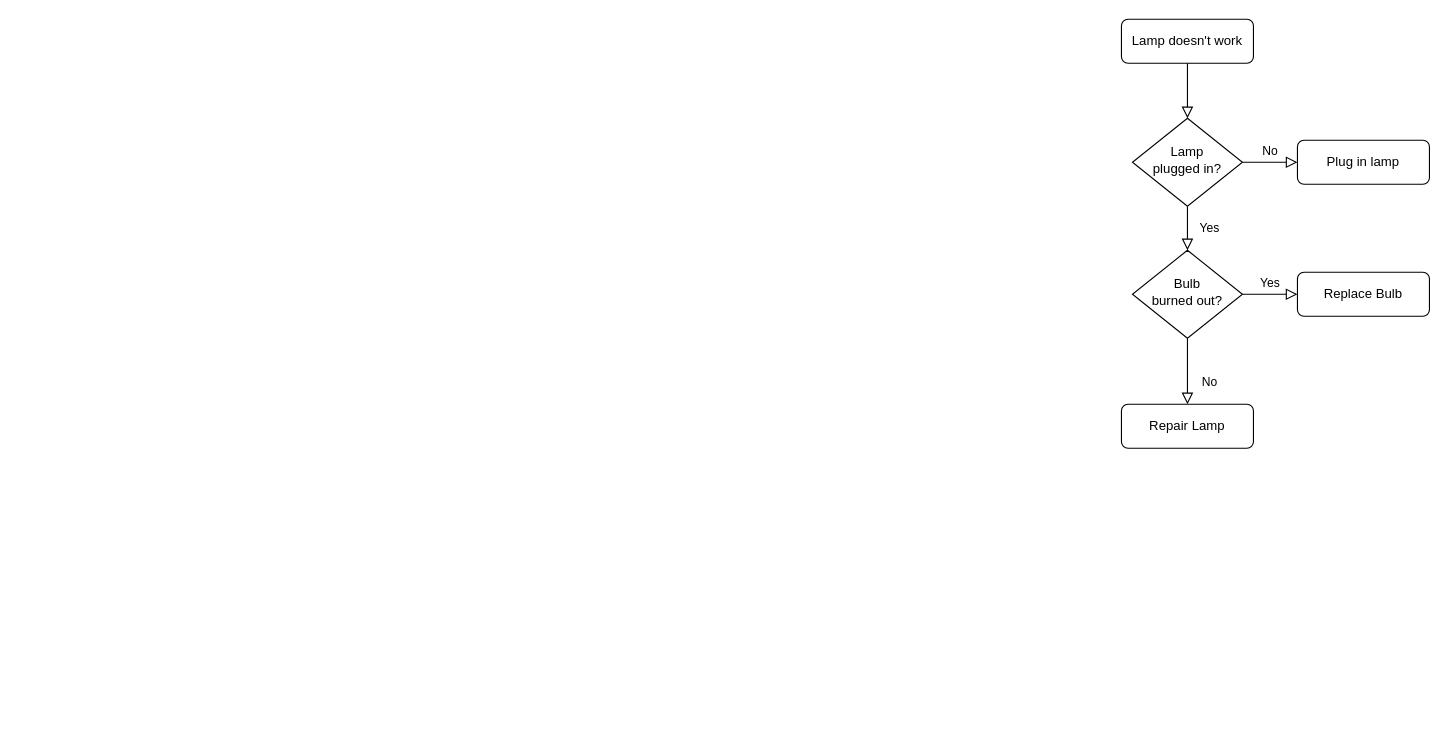
Before: 未命名绘图.drawio in 395727057/git_intro, a draw.io diagram. Source tidied: cells renumbered, new cells numbered last; positions are measured from the earlier drawing's top-left corner, leaving out a move shared by most shapes. Both pictures are drawn from the tidied source at 110%, with x=0, y=0 at pixel (1121, 19). Pictures stored in the file or linked from it are replaced by grey dashed boxes.
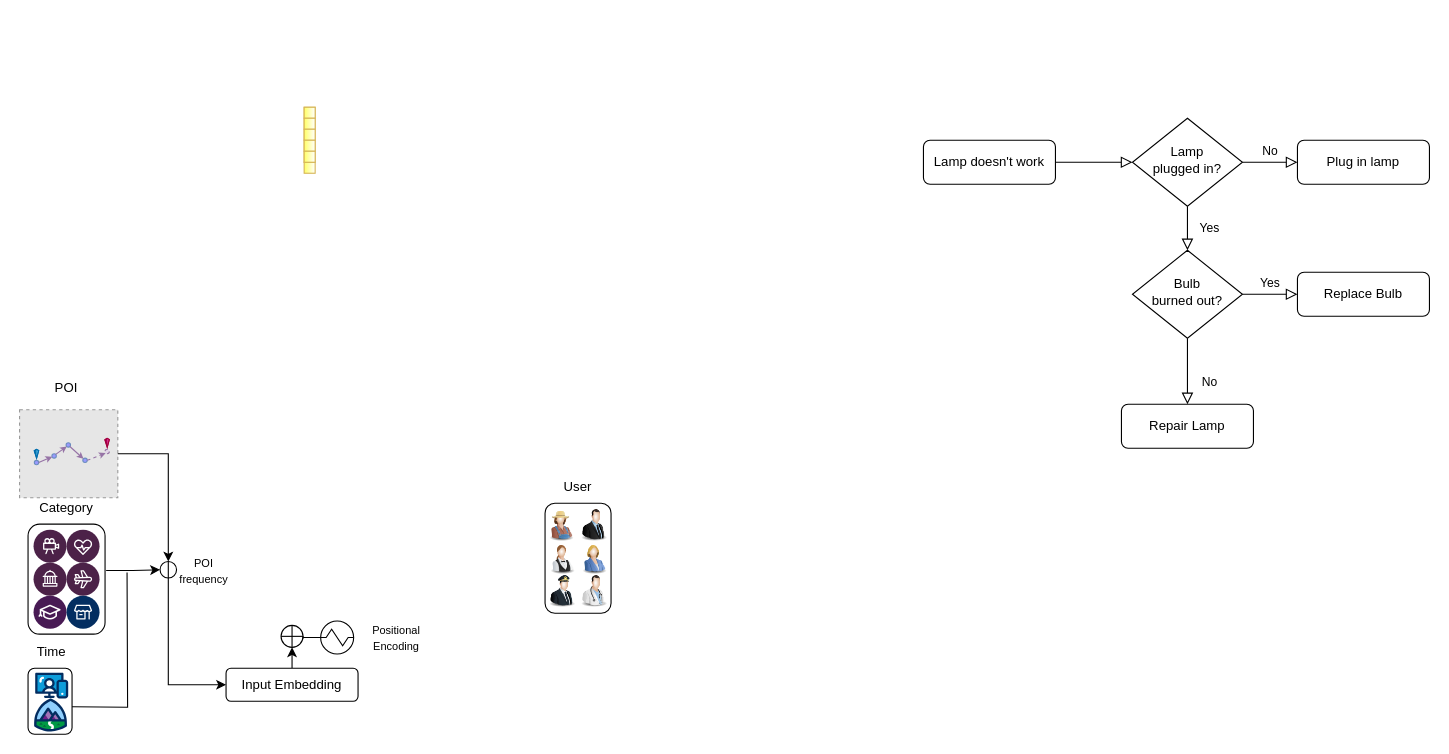
The same diagram, later.

Diff of the diagram source:
```diff
@@
-<mxGraphModel>
+<mxGraphModel background="#FFFFFF">
@@
     <mxCell id="3" value="Lamp doesn't work" style="rounded=1;whiteSpace=wrap;html=1;fontSize=12;glass=0;strokeWidth=1;shadow=0;" parent="1" vertex="1">
-      <mxGeometry width="120" height="40" as="geometry" />
+      <mxGeometry x="-180" y="110" width="120" height="40" as="geometry" />
     </mxCell>
@@
+    <mxCell id="13" style="group;" parent="1" vertex="1">
+      <mxGeometry x="-743" y="80" width="10" height="60" as="geometry" />
+    </mxCell>
+    <mxCell id="14" style="whiteSpace=wrap;html=1;fillColor=#FFFF66;strokeColor=#d6b656;gradientColor=#FFFFFF;gradientDirection=east;" parent="13" vertex="1">
+      <mxGeometry y="50" width="10" height="10" as="geometry" />
+    </mxCell>
+    <mxCell id="15" style="group;fillColor=#FFFF66;strokeColor=#d6b656;gradientColor=#FFFFFF;gradientDirection=east;" parent="13" vertex="1">
+      <mxGeometry width="10" height="50" as="geometry" />
+    </mxCell>
+    <mxCell id="16" style="whiteSpace=wrap;html=1;fillColor=#FFFF66;strokeColor=#d6b656;gradientColor=#FFFFFF;gradientDirection=east;" parent="15" vertex="1">
+      <mxGeometry width="10" height="10" as="geometry" />
+    </mxCell>
+    <mxCell id="17" style="whiteSpace=wrap;html=1;fillColor=#FFFF66;strokeColor=#d6b656;gradientColor=#FFFFFF;gradientDirection=east;" parent="15" vertex="1">
+      <mxGeometry y="10" width="10" height="10" as="geometry" />
+    </mxCell>
+    <mxCell id="18" style="whiteSpace=wrap;html=1;fillColor=#FFFF66;strokeColor=#d6b656;gradientColor=#FFFFFF;gradientDirection=east;" parent="15" vertex="1">
+      <mxGeometry y="20" width="10" height="10" as="geometry" />
+    </mxCell>
+    <mxCell id="19" style="whiteSpace=wrap;html=1;fillColor=#FFFF66;strokeColor=#d6b656;gradientColor=#FFFFFF;gradientDirection=east;" parent="15" vertex="1">
+      <mxGeometry y="30" width="10" height="10" as="geometry" />
+    </mxCell>
+    <mxCell id="20" style="whiteSpace=wrap;html=1;fillColor=#FFFF66;strokeColor=#d6b656;gradientColor=#FFFFFF;gradientDirection=east;" parent="15" vertex="1">
+      <mxGeometry y="40" width="10" height="10" as="geometry" />
+    </mxCell>
+    <mxCell id="21" style="group;" parent="1" vertex="1">
+      <mxGeometry x="-994" y="429" width="70" height="130" as="geometry" />
+    </mxCell>
+    <mxCell id="22" style="rounded=1;whiteSpace=wrap;html=1;fillColor=none;" parent="21" vertex="1">
+      <mxGeometry y="30" width="70" height="100" as="geometry" />
+    </mxCell>
+    <mxCell id="23" style="verticalLabelPosition=bottom;html=1;shape=mxgraph.salesforce.health2;" parent="21" vertex="1">
+      <mxGeometry x="35" y="35" width="30" height="30" as="geometry" />
+    </mxCell>
+    <mxCell id="24" style="verticalLabelPosition=bottom;html=1;shape=mxgraph.salesforce.transportation_and_technology2;" parent="21" vertex="1">
+      <mxGeometry x="35" y="65" width="30" height="30" as="geometry" />
+    </mxCell>
+    <mxCell id="25" style="verticalLabelPosition=bottom;html=1;shape=mxgraph.salesforce.government2;" parent="21" vertex="1">
+      <mxGeometry x="5" y="65" width="30" height="30" as="geometry" />
+    </mxCell>
+    <mxCell id="26" style="verticalLabelPosition=bottom;html=1;shape=mxgraph.salesforce.education2;" parent="21" vertex="1">
+      <mxGeometry x="5" y="95" width="30" height="30" as="geometry" />
+    </mxCell>
+    <mxCell id="27" style="verticalLabelPosition=bottom;html=1;shape=mxgraph.salesforce.smb2;" parent="21" vertex="1">
+      <mxGeometry x="35" y="95" width="30" height="30" as="geometry" />
+    </mxCell>
+    <mxCell id="28" value="Category" style="text;html=1;strokeColor=none;fillColor=none;align=center;verticalAlign=middle;whiteSpace=wrap;rounded=0;" parent="21" vertex="1">
+      <mxGeometry x="5" width="60" height="30" as="geometry" />
+    </mxCell>
+    <mxCell id="29" style="verticalLabelPosition=bottom;html=1;shape=mxgraph.salesforce.media2;" parent="21" vertex="1">
+      <mxGeometry x="5" y="35" width="30" height="30" as="geometry" />
+    </mxCell>
+    <mxCell id="30" style="group;" parent="1" vertex="1">
+      <mxGeometry x="-524" y="410" width="60" height="130" as="geometry" />
+    </mxCell>
+    <mxCell id="31" style="image;html=1;image=img/lib/clip_art/people/Suit_Woman_Blue_128x128.png;" parent="30" vertex="1">
+      <mxGeometry x="30" y="65" width="30" height="30" as="geometry" />
+    </mxCell>
+    <mxCell id="32" style="image;html=1;image=img/lib/clip_art/people/Suit_Man_128x128.png;" parent="30" vertex="1">
+      <mxGeometry x="30" y="35" width="30" height="30" as="geometry" />
+    </mxCell>
+    <mxCell id="33" style="image;html=1;image=img/lib/clip_art/people/Doctor_Man_128x128.png;" parent="30" vertex="1">
+      <mxGeometry x="30" y="95" width="30" height="30" as="geometry" />
+    </mxCell>
+    <mxCell id="34" style="image;html=1;image=img/lib/clip_art/people/Pilot_Man_128x128.png;" parent="30" vertex="1">
+      <mxGeometry x="1" y="95" width="30" height="30" as="geometry" />
+    </mxCell>
+    <mxCell id="35" style="image;html=1;image=img/lib/clip_art/people/Waiter_Woman_128x128.png;" parent="30" vertex="1">
+      <mxGeometry x="1" y="65" width="30" height="30" as="geometry" />
+    </mxCell>
+    <mxCell id="36" style="image;html=1;image=img/lib/clip_art/people/Farmer_Woman_128x128.png;" parent="30" vertex="1">
+      <mxGeometry y="35" width="30" height="30" as="geometry" />
+    </mxCell>
+    <mxCell id="37" style="rounded=1;whiteSpace=wrap;html=1;fillColor=none;" parent="30" vertex="1">
+      <mxGeometry y="30" width="60" height="100" as="geometry" />
+    </mxCell>
+    <mxCell id="38" value="User" style="text;html=1;strokeColor=none;fillColor=none;align=center;verticalAlign=middle;whiteSpace=wrap;rounded=0;" parent="30" vertex="1">
+      <mxGeometry width="60" height="30" as="geometry" />
+    </mxCell>
+    <mxCell id="39" style="group;" parent="1" vertex="1">
+      <mxGeometry x="-994" y="560" width="40" height="90" as="geometry" />
+    </mxCell>
+    <mxCell id="40" style="group;" parent="39" vertex="1">
+      <mxGeometry width="40" height="90" as="geometry" />
+    </mxCell>
+    <mxCell id="41" style="verticalLabelPosition=bottom;html=1;shape=mxgraph.salesforce.web;" parent="40" vertex="1">
+      <mxGeometry x="6.5" y="33.9" width="30" height="23.7" as="geometry" />
+    </mxCell>
+    <mxCell id="42" style="verticalLabelPosition=bottom;html=1;shape=mxgraph.salesforce.learning;" parent="40" vertex="1">
+      <mxGeometry x="5.5" y="57.5" width="30" height="30" as="geometry" />
+    </mxCell>
+    <mxCell id="43" style="rounded=1;whiteSpace=wrap;html=1;fillColor=none;" parent="40" vertex="1">
+      <mxGeometry y="30" width="40" height="60" as="geometry" />
+    </mxCell>
+    <mxCell id="44" value="Time" style="text;html=1;strokeColor=none;fillColor=none;align=center;verticalAlign=middle;whiteSpace=wrap;rounded=0;" parent="39" vertex="1">
+      <mxGeometry x="4.5" width="33" height="30" as="geometry" />
+    </mxCell>
+    <mxCell id="45" style="edgeStyle=orthogonalEdgeStyle;rounded=0;jettySize=auto;html=1;exitX=0.5;exitY=0;exitDx=0;exitDy=0;entryX=0.5;entryY=1;entryDx=0;entryDy=0;" parent="1" edge="1" source="46" target="66">
+      <mxGeometry relative="1" as="geometry">
+        <Array as="points">
+          <mxPoint x="-754" y="570" />
+        </Array>
+      </mxGeometry>
+    </mxCell>
+    <mxCell id="46" value="Input Embedding" style="rounded=1;whiteSpace=wrap;html=1;" parent="1" vertex="1">
+      <mxGeometry x="-814" y="590" width="120" height="30" as="geometry" />
+    </mxCell>
+    <mxCell id="47" style="group;" parent="1" vertex="1">
+      <mxGeometry x="-1001.7" y="320" width="89.3" height="115" as="geometry" />
+    </mxCell>
+    <mxCell id="48" value="POI" style="text;html=1;strokeColor=none;fillColor=none;align=center;verticalAlign=middle;whiteSpace=wrap;rounded=0;" parent="47" vertex="1">
+      <mxGeometry x="12.7" width="60" height="30" as="geometry" />
+    </mxCell>
+    <mxCell id="49" style="fillColor=#E6E6E6;strokeColor=#999999;dashed=1;verticalLabelPosition=bottom;labelBackgroundColor=default;verticalAlign=top;" parent="47" vertex="1">
+      <mxGeometry y="35" width="89.3" height="80" as="geometry" />
+    </mxCell>
+    <mxCell id="50" style="ellipse;whiteSpace=wrap;html=1;fillColor=#9999FF;strokeColor=#6c8ebf;" parent="47" vertex="1">
+      <mxGeometry x="13.4" y="81" width="4" height="4" as="geometry" />
+    </mxCell>
+    <mxCell id="51" style="ellipse;whiteSpace=wrap;html=1;fillColor=#9999FF;strokeColor=#6c8ebf;" parent="47" vertex="1">
+      <mxGeometry x="29.4" y="75" width="4" height="4" as="geometry" />
+    </mxCell>
+    <mxCell id="52" style="ellipse;whiteSpace=wrap;html=1;fillColor=#9999FF;strokeColor=#6c8ebf;" parent="47" vertex="1">
+      <mxGeometry x="42.3" y="65" width="4" height="4" as="geometry" />
+    </mxCell>
+    <mxCell id="53" style="ellipse;whiteSpace=wrap;html=1;fillColor=#9999FF;strokeColor=#6c8ebf;" parent="47" vertex="1">
+      <mxGeometry x="57.5" y="79" width="4" height="4" as="geometry" />
+    </mxCell>
+    <mxCell id="54" style="ellipse;whiteSpace=wrap;html=1;fillColor=#e1d5e7;strokeColor=#9673a6;dashed=1;" parent="47" vertex="1">
+      <mxGeometry x="77.6" y="71" width="4" height="4" as="geometry" />
+    </mxCell>
+    <mxCell id="55" style="endArrow=classic;html=1;rounded=0;entryX=0.053;entryY=0.7;entryDx=0;entryDy=0;entryPerimeter=0;fillColor=#e1d5e7;strokeColor=#9673a6;strokeWidth=1;endSize=3;startSize=3;" parent="47" edge="1" target="51">
+      <mxGeometry relative="1" as="geometry">
+        <mxPoint x="17.4" y="83" as="sourcePoint" />
+      </mxGeometry>
+    </mxCell>
+    <mxCell id="56" style="endArrow=classic;html=1;rounded=0;entryX=0;entryY=1;entryDx=0;entryDy=0;exitX=1;exitY=0;exitDx=0;exitDy=0;fillColor=#e1d5e7;strokeColor=#9673a6;endSize=3;startSize=3;" parent="47" edge="1" source="51" target="52">
+      <mxGeometry relative="1" as="geometry" />
+    </mxCell>
+    <mxCell id="57" style="endArrow=classic;html=1;rounded=0;entryX=0;entryY=0;entryDx=0;entryDy=0;exitX=1;exitY=1;exitDx=0;exitDy=0;fillColor=#e1d5e7;strokeColor=#9673a6;strokeWidth=1;endSize=3;startSize=3;" parent="47" edge="1" source="52" target="53">
+      <mxGeometry relative="1" as="geometry" />
+    </mxCell>
+    <mxCell id="58" style="endArrow=classic;html=1;rounded=0;entryX=0;entryY=1;entryDx=0;entryDy=0;exitX=1;exitY=0.5;exitDx=0;exitDy=0;dashed=1;fillColor=#e1d5e7;strokeColor=#9673a6;strokeWidth=1;endSize=3;startSize=3;" parent="47" edge="1" source="53" target="54">
+      <mxGeometry relative="1" as="geometry" />
+    </mxCell>
+    <mxCell id="59" style="verticalLabelPosition=bottom;verticalAlign=top;html=1;shape=mxgraph.infographic.shadedPyramid;fillColor=#1ba1e2;strokeColor=#006EAF;shadow=0;rotation=-181;fontColor=#ffffff;" parent="47" vertex="1">
+      <mxGeometry x="13.4" y="71" width="4" height="8" as="geometry" />
+    </mxCell>
+    <mxCell id="60" style="verticalLabelPosition=bottom;verticalAlign=top;html=1;shape=mxgraph.infographic.shadedPyramid;fillColor=#d80073;strokeColor=#A50040;shadow=0;rotation=-181;fontColor=#ffffff;" parent="47" vertex="1">
+      <mxGeometry x="77.6" y="61" width="4" height="8" as="geometry" />
+    </mxCell>
+    <mxCell id="61" style="edgeStyle=orthogonalEdgeStyle;rounded=0;jettySize=auto;html=1;exitX=0.5;exitY=1;exitDx=0;exitDy=0;entryX=0;entryY=0.5;entryDx=0;entryDy=0;" parent="1" edge="1" source="67" target="46">
+      <mxGeometry relative="1" as="geometry">
+        <Array as="points">
+          <mxPoint x="-866" y="605" />
+        </Array>
+      </mxGeometry>
+    </mxCell>
+    <mxCell id="62" style="edgeStyle=orthogonalEdgeStyle;rounded=0;jettySize=auto;html=1;exitX=1.014;exitY=0.422;exitDx=0;exitDy=0;exitPerimeter=0;entryX=0;entryY=0.5;entryDx=0;entryDy=0;" parent="1" edge="1" source="22" target="67">
+      <mxGeometry relative="1" as="geometry" />
+    </mxCell>
+    <mxCell id="63" style="edgeStyle=orthogonalEdgeStyle;rounded=0;orthogonalLoop=1;jettySize=auto;html=1;exitX=1;exitY=0.5;exitDx=0;exitDy=0;endArrow=none;endFill=0;" parent="1" edge="1">
+      <mxGeometry relative="1" as="geometry">
+        <mxPoint x="-954" y="625" as="sourcePoint" />
+        <mxPoint x="-904" y="503" as="targetPoint" />
+      </mxGeometry>
+    </mxCell>
+    <mxCell id="64" style="edgeStyle=orthogonalEdgeStyle;rounded=0;jettySize=auto;html=1;exitX=1;exitY=0.5;exitDx=0;exitDy=0;entryX=0.5;entryY=0;entryDx=0;entryDy=0;" parent="1" edge="1" source="49" target="67">
+      <mxGeometry relative="1" as="geometry" />
+    </mxCell>
+    <mxCell id="65" value="&lt;font style=&quot;font-size: 10px;&quot;&gt;POI frequency&lt;/font&gt;" style="text;html=1;strokeColor=none;fillColor=none;align=center;verticalAlign=middle;whiteSpace=wrap;rounded=0;" parent="1" vertex="1">
+      <mxGeometry x="-859" y="485.5" width="50" height="30" as="geometry" />
+    </mxCell>
+    <mxCell id="66" style="shape=orEllipse;perimeter=ellipsePerimeter;whiteSpace=wrap;html=1;backgroundOutline=1;" parent="1" vertex="1">
+      <mxGeometry x="-764" y="551" width="20" height="20" as="geometry" />
+    </mxCell>
+    <mxCell id="67" style="shape=lineEllipse;line=vertical;perimeter=ellipsePerimeter;whiteSpace=wrap;html=1;backgroundOutline=1;" parent="1" vertex="1">
+      <mxGeometry x="-874" y="493" width="15" height="15" as="geometry" />
+    </mxCell>
+    <mxCell id="68" style="shape=mxgraph.pid.heat_exchangers.shell_and_tube_heat_exchanger_1;html=1;align=center;verticalLabelPosition=bottom;verticalAlign=top;dashed=0;" parent="1" vertex="1">
+      <mxGeometry x="-728" y="547" width="30" height="30" as="geometry" />
+    </mxCell>
+    <mxCell id="69" style="edgeStyle=orthogonalEdgeStyle;rounded=0;jettySize=auto;html=1;exitX=0;exitY=0.5;exitDx=0;exitDy=0;exitPerimeter=0;entryX=1;entryY=0.5;entryDx=0;entryDy=0;endArrow=none;endFill=0;" parent="1" edge="1" source="68" target="66">
+      <mxGeometry relative="1" as="geometry">
+        <Array as="points">
+          <mxPoint x="-744" y="563" />
+          <mxPoint x="-744" y="560" />
+        </Array>
+      </mxGeometry>
+    </mxCell>
+    <mxCell id="70" value="&lt;font style=&quot;font-size: 10px;&quot;&gt;Positional Encoding&lt;/font&gt;" style="text;html=1;strokeColor=none;fillColor=none;align=center;verticalAlign=middle;whiteSpace=wrap;rounded=0;" parent="1" vertex="1">
+      <mxGeometry x="-694" y="547" width="70" height="30" as="geometry" />
+    </mxCell>
```
